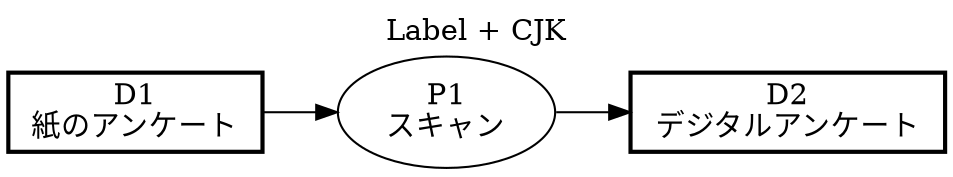
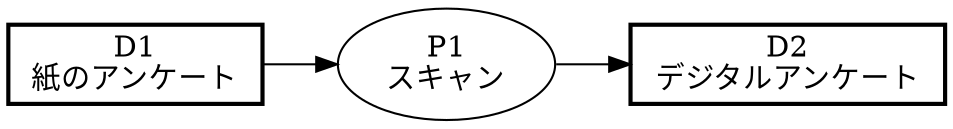
digraph PFDSL {
  rankdir=LR;
  newrank=true;
-   label="Label + CJK";
-   labelloc="t";

  "D1" [shape=box, label="D1\n紙のアンケート", width=1.70, penwidth="2"];
  "D2" [shape=box, label="D2\nデジタルアンケート", width=2.10, penwidth="2"];
  "P1" [shape=ellipse, label="P1\nスキャン", width=1.10];

  "D1" -> "P1";
  "P1" -> "D2";
}
